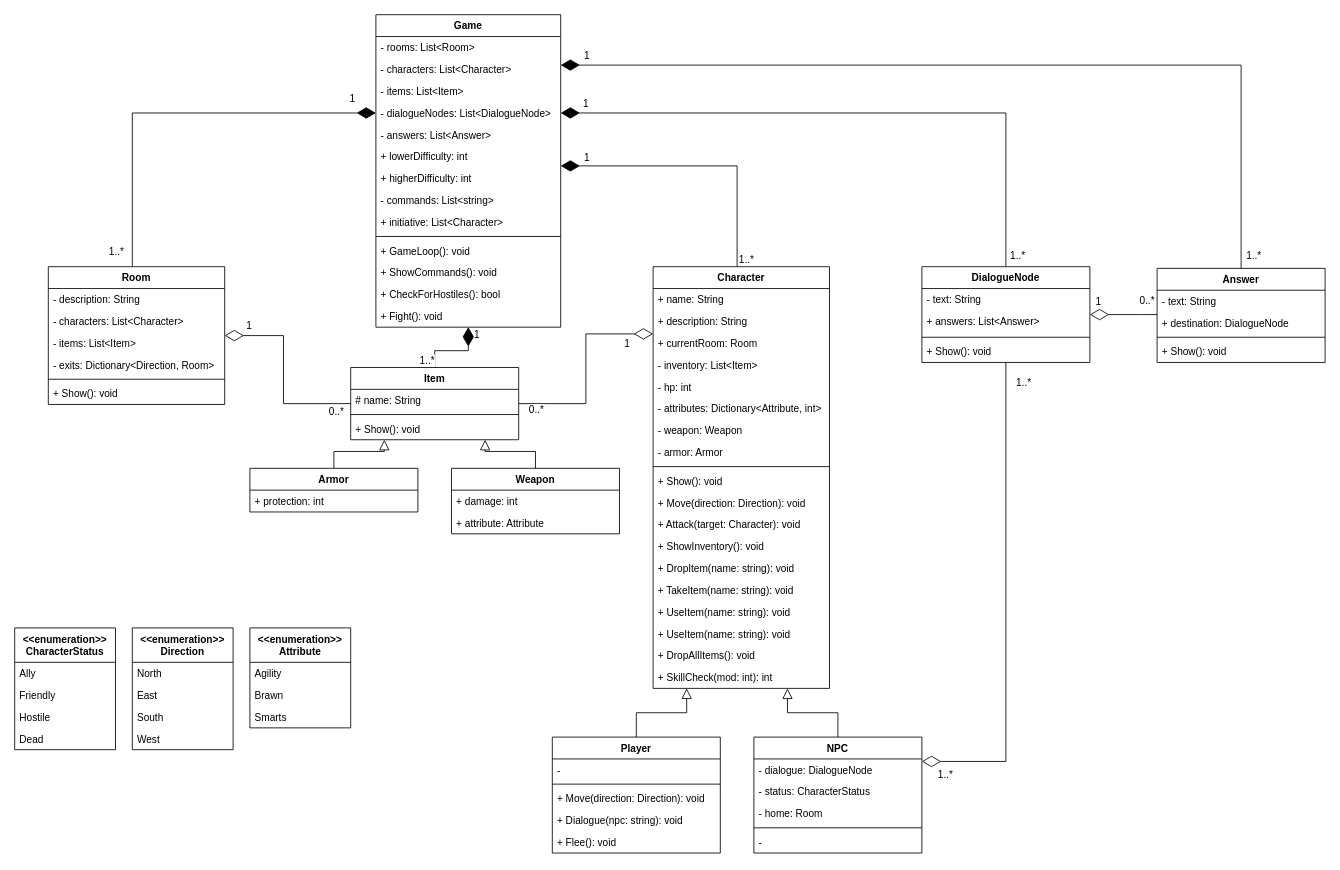
The draw.io diagram page "Classes" (2 of 3) of Diagrams/Legends of Antir Diagrams.drawio in qogoist/LegendsOfAntir, before the edit. Source tidied: cells renumbered, new cells numbered last; positions are measured from the earlier drawing's top-left corner, leaving out a move shared by most shapes. Both pictures are drawn from the tidied source at 84%, with x=0, y=0 at pixel (14, 14).
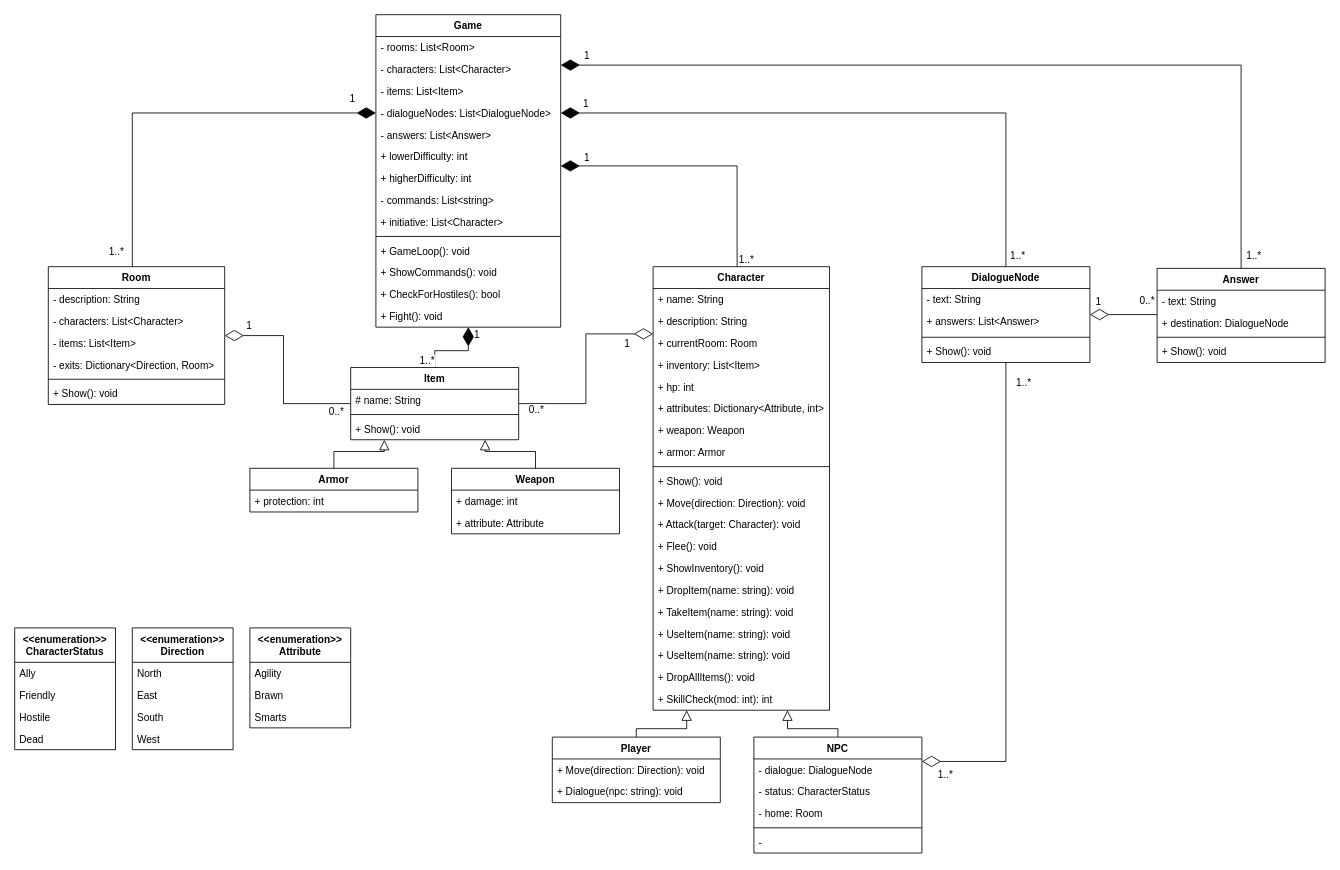
After the change.

Unchanged cells that the change refers to:
```xml
<mxCell id="51" value="NPC" style="swimlane;fontStyle=1;align=center;verticalAlign=top;horizontal=1;startSize=26;" parent="1" vertex="1">
  <mxGeometry x="880" y="860" width="200" height="138" as="geometry" />
</mxCell>
```

Change to the diagram source:
```diff
@@
     <mxCell id="30" value="Character" style="swimlane;fontStyle=1;align=center;verticalAlign=top;horizontal=1;startSize=26;" parent="1" vertex="1">
-      <mxGeometry x="760" y="300" width="210" height="502" as="geometry" />
+      <mxGeometry x="760" y="300" width="210" height="528" as="geometry" />
     </mxCell>
@@
-    <mxCell id="34" value="- inventory: List&lt;Item&gt;" style="text;strokeColor=none;fillColor=none;align=left;verticalAlign=top;spacingLeft=4;spacingRight=4;overflow=hidden;" parent="30" vertex="1">
+    <mxCell id="34" value="+ inventory: List&lt;Item&gt;" style="text;strokeColor=none;fillColor=none;align=left;verticalAlign=top;spacingLeft=4;spacingRight=4;overflow=hidden;" parent="30" vertex="1">
       <mxGeometry y="104" width="210" height="26" as="geometry" />
     </mxCell>
-    <mxCell id="35" value="- hp: int" style="text;strokeColor=none;fillColor=none;align=left;verticalAlign=top;spacingLeft=4;spacingRight=4;overflow=hidden;" parent="30" vertex="1">
+    <mxCell id="35" value="+ hp: int" style="text;strokeColor=none;fillColor=none;align=left;verticalAlign=top;spacingLeft=4;spacingRight=4;overflow=hidden;" parent="30" vertex="1">
       <mxGeometry y="130" width="210" height="26" as="geometry" />
     </mxCell>
-    <mxCell id="36" value="- attributes: Dictionary&lt;Attribute, int&gt;" style="text;strokeColor=none;fillColor=none;align=left;verticalAlign=top;spacingLeft=4;spacingRight=4;overflow=hidden;" parent="30" vertex="1">
+    <mxCell id="36" value="+ attributes: Dictionary&lt;Attribute, int&gt;" style="text;strokeColor=none;fillColor=none;align=left;verticalAlign=top;spacingLeft=4;spacingRight=4;overflow=hidden;" parent="30" vertex="1">
       <mxGeometry y="156" width="210" height="26" as="geometry" />
     </mxCell>
-    <mxCell id="37" value="- weapon: Weapon" style="text;strokeColor=none;fillColor=none;align=left;verticalAlign=top;spacingLeft=4;spacingRight=4;overflow=hidden;" parent="30" vertex="1">
+    <mxCell id="37" value="+ weapon: Weapon" style="text;strokeColor=none;fillColor=none;align=left;verticalAlign=top;spacingLeft=4;spacingRight=4;overflow=hidden;" parent="30" vertex="1">
       <mxGeometry y="182" width="210" height="26" as="geometry" />
     </mxCell>
-    <mxCell id="38" value="- armor: Armor" style="text;strokeColor=none;fillColor=none;align=left;verticalAlign=top;spacingLeft=4;spacingRight=4;overflow=hidden;" parent="30" vertex="1">
+    <mxCell id="38" value="+ armor: Armor" style="text;strokeColor=none;fillColor=none;align=left;verticalAlign=top;spacingLeft=4;spacingRight=4;overflow=hidden;" parent="30" vertex="1">
       <mxGeometry y="208" width="210" height="26" as="geometry" />
     </mxCell>
@@
+    <mxCell id="98" value="+ Flee(): void" style="text;strokeColor=none;fillColor=none;align=left;verticalAlign=top;spacingLeft=4;spacingRight=4;overflow=hidden;" parent="30" vertex="1">
+      <mxGeometry y="320" width="210" height="26" as="geometry" />
+    </mxCell>
     <mxCell id="43" value="+ ShowInventory(): void" style="text;strokeColor=none;fillColor=none;align=left;verticalAlign=top;spacingLeft=4;spacingRight=4;overflow=hidden;" parent="30" vertex="1">
-      <mxGeometry y="320" width="210" height="26" as="geometry" />
+      <mxGeometry y="346" width="210" height="26" as="geometry" />
     </mxCell>
     <mxCell id="44" value="+ DropItem(name: string): void" style="text;strokeColor=none;fillColor=none;align=left;verticalAlign=top;spacingLeft=4;spacingRight=4;overflow=hidden;" parent="30" vertex="1">
-      <mxGeometry y="346" width="210" height="26" as="geometry" />
+      <mxGeometry y="372" width="210" height="26" as="geometry" />
     </mxCell>
     <mxCell id="45" value="+ TakeItem(name: string): void" style="text;strokeColor=none;fillColor=none;align=left;verticalAlign=top;spacingLeft=4;spacingRight=4;overflow=hidden;" parent="30" vertex="1">
-      <mxGeometry y="372" width="210" height="26" as="geometry" />
+      <mxGeometry y="398" width="210" height="26" as="geometry" />
     </mxCell>
     <mxCell id="46" value="+ UseItem(name: string): void" style="text;strokeColor=none;fillColor=none;align=left;verticalAlign=top;spacingLeft=4;spacingRight=4;overflow=hidden;" parent="30" vertex="1">
-      <mxGeometry y="398" width="210" height="26" as="geometry" />
+      <mxGeometry y="424" width="210" height="26" as="geometry" />
     </mxCell>
     <mxCell id="47" value="+ UseItem(name: string): void" style="text;strokeColor=none;fillColor=none;align=left;verticalAlign=top;spacingLeft=4;spacingRight=4;overflow=hidden;" parent="30" vertex="1">
-      <mxGeometry y="424" width="210" height="26" as="geometry" />
+      <mxGeometry y="450" width="210" height="26" as="geometry" />
     </mxCell>
     <mxCell id="48" value="+ DropAllItems(): void" style="text;strokeColor=none;fillColor=none;align=left;verticalAlign=top;spacingLeft=4;spacingRight=4;overflow=hidden;" parent="30" vertex="1">
-      <mxGeometry y="450" width="210" height="26" as="geometry" />
+      <mxGeometry y="476" width="210" height="26" as="geometry" />
     </mxCell>
     <mxCell id="49" value="+ SkillCheck(mod: int): int" style="text;strokeColor=none;fillColor=none;align=left;verticalAlign=top;spacingLeft=4;spacingRight=4;overflow=hidden;" parent="30" vertex="1">
-      <mxGeometry y="476" width="210" height="26" as="geometry" />
+      <mxGeometry y="502" width="210" height="26" as="geometry" />
     </mxCell>
     <mxCell id="50" style="edgeStyle=orthogonalEdgeStyle;rounded=0;jettySize=auto;html=1;endArrow=block;endFill=0;endSize=10;" parent="1" edge="1" source="51" target="30">
       <mxGeometry relative="1" as="geometry">
         <Array as="points">
-          <mxPoint x="980" y="831" />
-          <mxPoint x="920" y="831" />
+          <mxPoint x="980" y="850" />
+          <mxPoint x="920" y="850" />
         </Array>
       </mxGeometry>
     </mxCell>
@@
     <mxCell id="92" style="edgeStyle=orthogonalEdgeStyle;rounded=0;jettySize=auto;html=1;endArrow=block;endFill=0;endSize=10;" parent="1" edge="1" source="93" target="30">
       <mxGeometry relative="1" as="geometry">
         <Array as="points">
-          <mxPoint x="740" y="831" />
-          <mxPoint x="800" y="831" />
+          <mxPoint x="740" y="850" />
+          <mxPoint x="800" y="850" />
         </Array>
       </mxGeometry>
     </mxCell>
     <mxCell id="93" value="Player" style="swimlane;fontStyle=1;align=center;verticalAlign=top;horizontal=1;startSize=26;fillColor=none;" parent="1" vertex="1">
-      <mxGeometry x="640" y="860" width="200" height="138" as="geometry" />
+      <mxGeometry x="640" y="860" width="200" height="78" as="geometry" />
     </mxCell>
-    <mxCell id="94" value="-" style="text;strokeColor=none;fillColor=none;align=left;verticalAlign=top;spacingLeft=4;spacingRight=4;overflow=hidden;" parent="93" vertex="1">
-      <mxGeometry y="26" width="200" height="26" as="geometry" />
-    </mxCell>
-    <mxCell id="95" style="line;strokeWidth=1;fillColor=none;align=left;verticalAlign=middle;spacingTop=-1;spacingLeft=3;spacingRight=3;labelPosition=right;" parent="93" vertex="1">
-      <mxGeometry y="52" width="200" height="8" as="geometry" />
-    </mxCell>
     <mxCell id="96" value="+ Move(direction: Direction): void" style="text;strokeColor=none;fillColor=none;align=left;verticalAlign=top;spacingLeft=4;spacingRight=4;overflow=hidden;" parent="93" vertex="1">
-      <mxGeometry y="60" width="200" height="26" as="geometry" />
+      <mxGeometry y="26" width="200" height="26" as="geometry" />
     </mxCell>
     <mxCell id="97" value="+ Dialogue(npc: string): void" style="text;strokeColor=none;fillColor=none;align=left;verticalAlign=top;spacingLeft=4;spacingRight=4;overflow=hidden;" parent="93" vertex="1">
-      <mxGeometry y="86" width="200" height="26" as="geometry" />
+      <mxGeometry y="52" width="200" height="26" as="geometry" />
     </mxCell>
-    <mxCell id="98" value="+ Flee(): void" style="text;strokeColor=none;fillColor=none;align=left;verticalAlign=top;spacingLeft=4;spacingRight=4;overflow=hidden;" parent="93" vertex="1">
-      <mxGeometry y="112" width="200" height="26" as="geometry" />
-    </mxCell>
```
